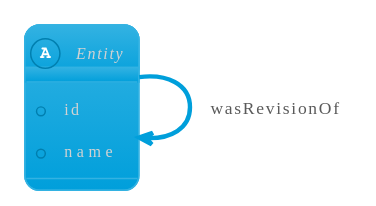
chronicleworks/chronicle keeps this PlantUML diagram as docs/diagrams/out/was_revision_of.svg. Above is the earlier version. Source of this version:
```plantuml
@startuml
!theme bluegray



abstract Entity {
+ id
+ name
}


Entity -> Entity : wasRevisionOf
@enduml
```
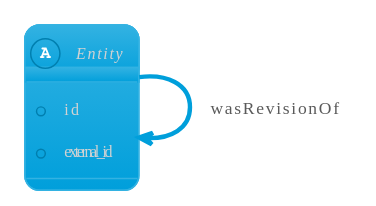
After the change.

What changed in the source:
```diff
@@ -5,7 +5,7 @@
 
 abstract Entity {
 + id
-+ name
++ external_id
 }
 
 
```
